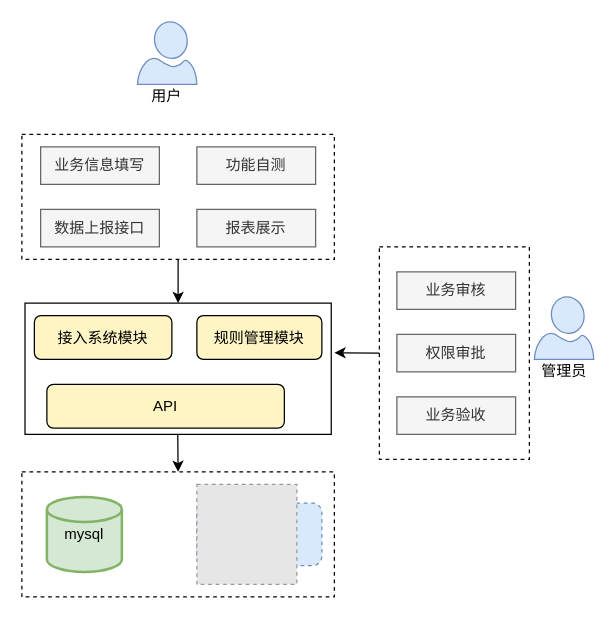
Earlier version of the draw.io diagram hope.drawio (eragonhuang/house). Source tidied: cells renumbered, new cells numbered last; positions are measured from the earlier drawing's top-left corner, leaving out a move shared by most shapes. Both pictures are drawn from the tidied source at 125%, with x=0, y=0 at pixel (21, 21). Pictures stored in the file or linked from it are replaced by grey dashed boxes.
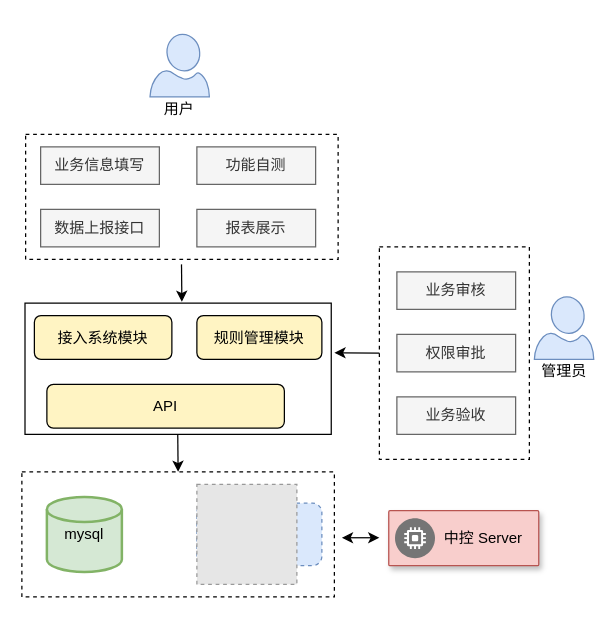
After the change.

The change refers to these unchanged cells:
```xml
<mxCell id="2" style="rounded=0;whiteSpace=wrap;html=1;" parent="1" vertex="1">
  <mxGeometry x="2.5" y="225" width="245" height="105" as="geometry" />
</mxCell>
```

Change to the diagram source:
```diff
@@
     <mxCell id="6" style="rounded=0;whiteSpace=wrap;html=1;dashed=1;" parent="1" vertex="1">
-      <mxGeometry y="90" width="250" height="100" as="geometry" />
+      <mxGeometry x="3" y="90" width="250" height="100" as="geometry" />
     </mxCell>
@@
     <mxCell id="11" style="verticalLabelPosition=bottom;html=1;verticalAlign=top;align=center;strokeColor=#6c8ebf;shape=mxgraph.azure.user;fillColor=#dae8fc;" parent="1" vertex="1">
-      <mxGeometry x="92.5" width="47.5" height="50" as="geometry" />
+      <mxGeometry x="102.5" y="10" width="47.5" height="50" as="geometry" />
     </mxCell>
@@
     <mxCell id="15" value="用户" style="text;html=1;strokeColor=none;fillColor=none;align=center;verticalAlign=middle;whiteSpace=wrap;rounded=0;dashed=1;" parent="1" vertex="1">
-      <mxGeometry x="96.2" y="50" width="40" height="20" as="geometry" />
+      <mxGeometry x="106.2" y="60" width="40" height="20" as="geometry" />
     </mxCell>
@@
-    <mxCell id="23" style="endArrow=classic;html=1;entryX=0.5;entryY=0;entryDx=0;entryDy=0;exitX=0.5;exitY=1;exitDx=0;exitDy=0;exitPerimeter=0;" parent="1" edge="1" source="6" target="2">
-      <mxGeometry relative="1" as="geometry" />
-    </mxCell>
@@
+    <mxCell id="26" style="strokeColor=#b85450;shadow=1;strokeWidth=1;rounded=1;absoluteArcSize=1;arcSize=2;fillColor=#f8cecc;" parent="1" vertex="1">
+      <mxGeometry x="293.5" y="391" width="120" height="44" as="geometry" />
+    </mxCell>
+    <mxCell id="27" value="中控 Server" style="dashed=0;html=1;fillColor=#757575;strokeColor=none;shape=mxgraph.gcp2.dedicated_game_server;labelPosition=right;verticalLabelPosition=middle;align=left;verticalAlign=middle;spacingLeft=5;fontSize=12;" parent="26" vertex="1">
+      <mxGeometry y="0.5" width="32" height="32" relative="1" as="geometry">
+        <mxPoint x="5" y="-16" as="offset" />
+      </mxGeometry>
+    </mxCell>
+    <mxCell id="28" style="endArrow=classic;startArrow=classic;html=1;" parent="1" edge="1">
+      <mxGeometry relative="1" as="geometry">
+        <mxPoint x="256" y="412.7" as="sourcePoint" />
+        <mxPoint x="286" y="412.7" as="targetPoint" />
+      </mxGeometry>
+    </mxCell>
+    <mxCell id="29" style="endArrow=classic;html=1;entryX=0.5;entryY=0;entryDx=0;entryDy=0;" parent="1" edge="1">
+      <mxGeometry relative="1" as="geometry">
+        <mxPoint x="127.7" y="194" as="sourcePoint" />
+        <mxPoint x="128" y="224" as="targetPoint" />
+      </mxGeometry>
+    </mxCell>
```
